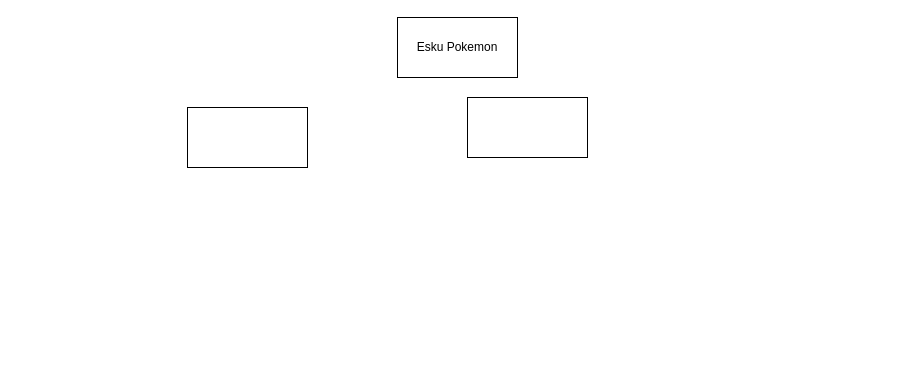
csecsoliver/prokemon keeps this draw.io diagram as prokemon.drawio. Above is the earlier version. Source tidied: cells renumbered, new cells numbered last; positions are measured from the earlier drawing's top-left corner, leaving out a move shared by most shapes. Both pictures are drawn from the tidied source at 100%, with x=0, y=0 at pixel (187, 17).
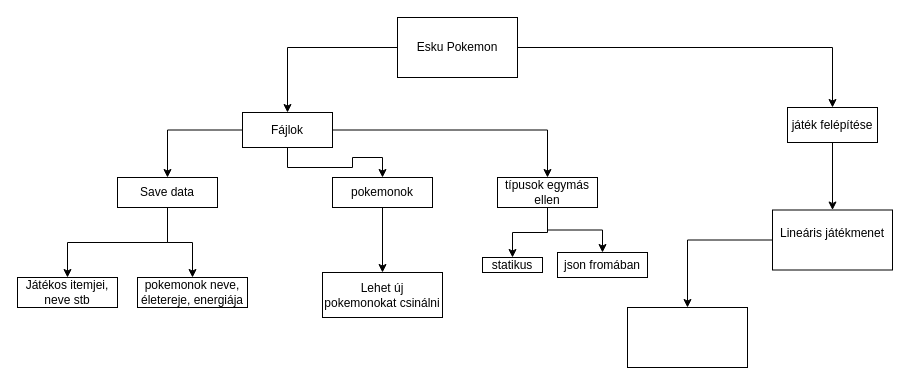
The same page after the edit.

Commit message:
basic structure 1

Unchanged cells that the change refers to:
```xml
<mxCell id="3" value="Esku Pokemon" style="rounded=0;whiteSpace=wrap;html=1;" parent="1" vertex="1">
  <mxGeometry x="210" width="120" height="60" as="geometry" />
</mxCell>
```

What changed in the source:
```diff
@@
+    <mxCell id="5" style="edgeStyle=orthogonalEdgeStyle;rounded=0;jettySize=auto;html=1;entryX=0.5;entryY=0;entryDx=0;entryDy=0;" parent="1" edge="1" source="2" target="12">
+      <mxGeometry relative="1" as="geometry" />
+    </mxCell>
+    <mxCell id="6" style="edgeStyle=orthogonalEdgeStyle;rounded=0;jettySize=auto;html=1;entryX=0.5;entryY=0;entryDx=0;entryDy=0;" parent="1" edge="1" source="2" target="14">
+      <mxGeometry relative="1" as="geometry" />
+    </mxCell>
+    <mxCell id="7" style="edgeStyle=orthogonalEdgeStyle;rounded=0;jettySize=auto;html=1;entryX=0.5;entryY=0;entryDx=0;entryDy=0;" parent="1" edge="1" source="2" target="17">
+      <mxGeometry relative="1" as="geometry" />
+    </mxCell>
-    <mxCell id="2" style="rounded=0;whiteSpace=wrap;html=1;" parent="1" vertex="1">
-      <mxGeometry y="90" width="120" height="60" as="geometry" />
+    <mxCell id="2" value="Fájlok" style="rounded=0;whiteSpace=wrap;html=1;" parent="1" vertex="1">
+      <mxGeometry x="55" y="95" width="90" height="35" as="geometry" />
     </mxCell>
+    <mxCell id="8" style="edgeStyle=orthogonalEdgeStyle;rounded=0;jettySize=auto;html=1;entryX=0.5;entryY=0;entryDx=0;entryDy=0;" parent="1" edge="1" source="3" target="19">
+      <mxGeometry relative="1" as="geometry" />
+    </mxCell>
+    <mxCell id="9" style="edgeStyle=orthogonalEdgeStyle;rounded=0;jettySize=auto;html=1;entryX=0.5;entryY=0;entryDx=0;entryDy=0;" parent="1" edge="1" source="3" target="2">
+      <mxGeometry relative="1" as="geometry" />
+    </mxCell>
@@
-    <mxCell id="4" style="rounded=0;whiteSpace=wrap;html=1;" parent="1" vertex="1">
-      <mxGeometry x="280" y="80" width="120" height="60" as="geometry" />
-    </mxCell>
+    <mxCell id="10" style="edgeStyle=orthogonalEdgeStyle;rounded=0;jettySize=auto;html=1;entryX=0.5;entryY=0;entryDx=0;entryDy=0;" parent="1" edge="1" source="12" target="20">
+      <mxGeometry relative="1" as="geometry" />
+    </mxCell>
+    <mxCell id="11" style="edgeStyle=orthogonalEdgeStyle;rounded=0;jettySize=auto;html=1;entryX=0.5;entryY=0;entryDx=0;entryDy=0;" parent="1" edge="1" source="12" target="21">
+      <mxGeometry relative="1" as="geometry" />
+    </mxCell>
+    <mxCell id="12" value="Save data" style="rounded=0;whiteSpace=wrap;html=1;" parent="1" vertex="1">
+      <mxGeometry x="-70" y="160" width="100" height="30" as="geometry" />
+    </mxCell>
+    <mxCell id="13" style="edgeStyle=orthogonalEdgeStyle;rounded=0;jettySize=auto;html=1;" parent="1" edge="1" source="14" target="26">
+      <mxGeometry relative="1" as="geometry" />
+    </mxCell>
+    <mxCell id="14" value="pokemonok" style="rounded=0;whiteSpace=wrap;html=1;" parent="1" vertex="1">
+      <mxGeometry x="145" y="160" width="100" height="30" as="geometry" />
+    </mxCell>
+    <mxCell id="15" style="edgeStyle=orthogonalEdgeStyle;rounded=0;jettySize=auto;html=1;" parent="1" edge="1" source="17" target="22">
+      <mxGeometry relative="1" as="geometry" />
+    </mxCell>
+    <mxCell id="16" style="edgeStyle=orthogonalEdgeStyle;rounded=0;jettySize=auto;html=1;" parent="1" edge="1" source="17" target="27">
+      <mxGeometry relative="1" as="geometry" />
+    </mxCell>
+    <mxCell id="17" value="típusok egymás ellen" style="rounded=0;whiteSpace=wrap;html=1;" parent="1" vertex="1">
+      <mxGeometry x="310" y="160" width="100" height="30" as="geometry" />
+    </mxCell>
+    <mxCell id="18" style="edgeStyle=orthogonalEdgeStyle;rounded=0;jettySize=auto;html=1;" parent="1" edge="1" source="19" target="24">
+      <mxGeometry relative="1" as="geometry" />
+    </mxCell>
+    <mxCell id="19" value="játék felépítése" style="rounded=0;whiteSpace=wrap;html=1;" parent="1" vertex="1">
+      <mxGeometry x="600" y="90" width="90" height="35" as="geometry" />
+    </mxCell>
+    <mxCell id="20" value="Játékos itemjei, neve stb" style="rounded=0;whiteSpace=wrap;html=1;" parent="1" vertex="1">
+      <mxGeometry x="-170" y="260" width="100" height="30" as="geometry" />
+    </mxCell>
+    <mxCell id="21" value="pokemonok neve, életereje, energiája" style="rounded=0;whiteSpace=wrap;html=1;" parent="1" vertex="1">
+      <mxGeometry x="-50" y="260" width="110" height="30" as="geometry" />
+    </mxCell>
+    <mxCell id="22" value="json fromában" style="whiteSpace=wrap;html=1;rounded=0;" parent="1" vertex="1">
+      <mxGeometry x="370" y="235" width="90" height="25" as="geometry" />
+    </mxCell>
+    <mxCell id="23" style="edgeStyle=orthogonalEdgeStyle;rounded=0;jettySize=auto;html=1;" parent="1" edge="1" source="24" target="25">
+      <mxGeometry relative="1" as="geometry" />
+    </mxCell>
+    <mxCell id="24" value="Lineáris játékmenet&lt;div&gt;&lt;br&gt;&lt;/div&gt;" style="whiteSpace=wrap;html=1;rounded=0;" parent="1" vertex="1">
+      <mxGeometry x="585" y="192.5" width="120" height="60" as="geometry" />
+    </mxCell>
+    <mxCell id="25" style="whiteSpace=wrap;html=1;rounded=0;" parent="1" vertex="1">
+      <mxGeometry x="440" y="290" width="120" height="60" as="geometry" />
+    </mxCell>
+    <mxCell id="26" value="Lehet új pokemonokat csinálni" style="whiteSpace=wrap;html=1;rounded=0;" parent="1" vertex="1">
+      <mxGeometry x="135" y="255" width="120" height="45" as="geometry" />
+    </mxCell>
+    <mxCell id="27" value="statikus" style="whiteSpace=wrap;html=1;rounded=0;" parent="1" vertex="1">
+      <mxGeometry x="295" y="240" width="60" height="15" as="geometry" />
+    </mxCell>
```
